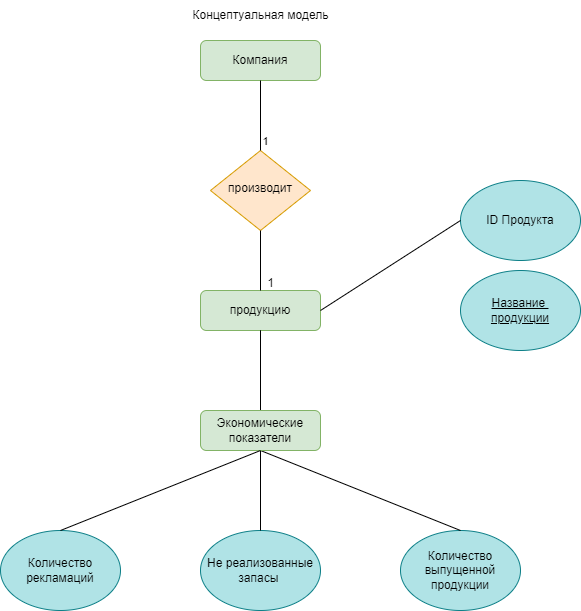
Above: Концептуальная модель.drawio.png in Sergei686/Portfolio (draw.io), before the change. Source tidied: cells renumbered, new cells last; positions are measured from the earlier drawing's top-left corner, leaving out a move shared by most shapes.
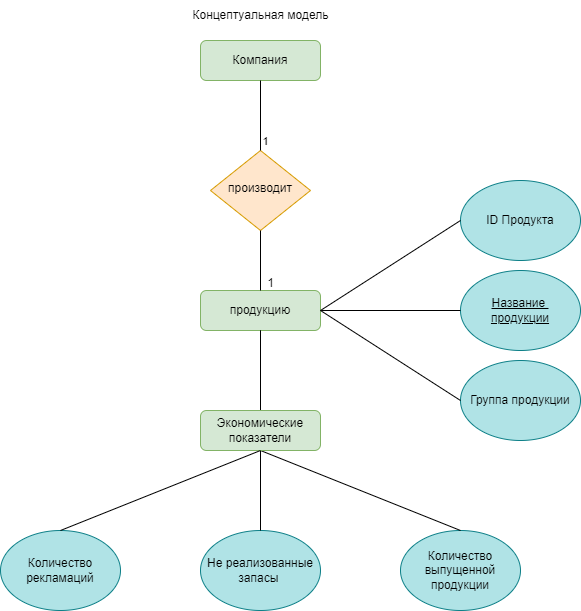
After the commit.

What changed in the source:
```diff
@@ -66,5 +66,18 @@
     <mxCell id="21" value="&lt;u&gt;Название&amp;nbsp;&lt;/u&gt;&lt;div&gt;&lt;u&gt;продукции&lt;/u&gt;&lt;/div&gt;" style="ellipse;whiteSpace=wrap;html=1;fillColor=#b0e3e6;strokeColor=#0e8088;" parent="1" vertex="1">
       <mxGeometry x="460" y="270" width="120" height="80" as="geometry" />
     </mxCell>
+    <mxCell id="22" value="Группа продукции" style="ellipse;whiteSpace=wrap;html=1;fillColor=#b0e3e6;strokeColor=#0e8088;" parent="1" vertex="1">
+      <mxGeometry x="460" y="360" width="120" height="80" as="geometry" />
+    </mxCell>
+    <mxCell id="23" style="endArrow=none;html=1;rounded=0;exitX=0;exitY=0.5;exitDx=0;exitDy=0;" parent="1" edge="1" source="21">
+      <mxGeometry relative="1" as="geometry">
+        <mxPoint x="320" y="310" as="targetPoint" />
+      </mxGeometry>
+    </mxCell>
+    <mxCell id="24" style="endArrow=none;html=1;rounded=0;exitX=0;exitY=0.5;exitDx=0;exitDy=0;" parent="1" edge="1" source="22">
+      <mxGeometry relative="1" as="geometry">
+        <mxPoint x="320" y="310" as="targetPoint" />
+      </mxGeometry>
+    </mxCell>
   </root>
 </mxGraphModel>
```
